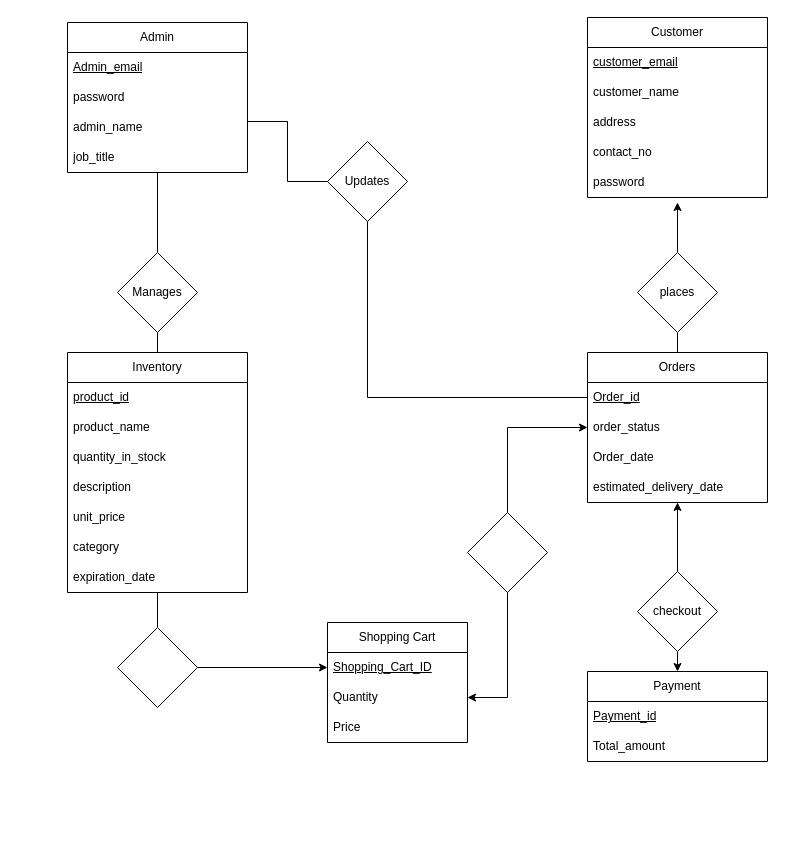
haris-hk/Database-ERD keeps this draw.io diagram as project.drawio. Above is the earlier version. Source tidied: cells renumbered, new cells numbered last; positions are measured from the earlier drawing's top-left corner, leaving out a move shared by most shapes. Both pictures are drawn from the tidied source at 100%, with x=0, y=0 at pixel (67, 17).
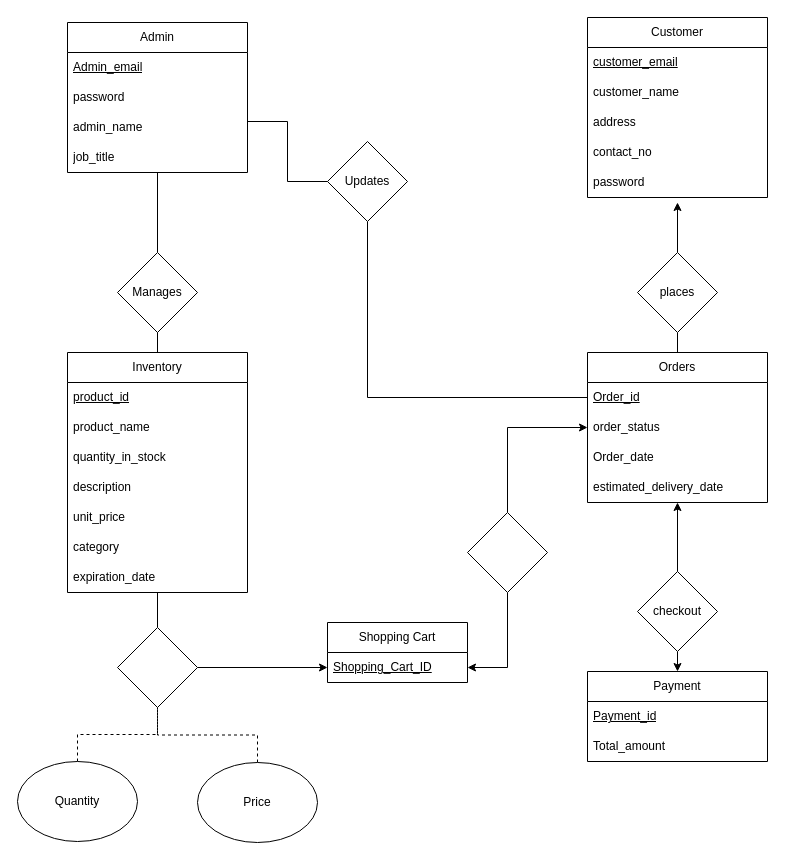
The same page after the edit.

Unchanged cells that the change refers to:
```xml
<mxCell id="42" value="&lt;u&gt;Shopping_Cart_ID&lt;/u&gt;" style="text;strokeColor=none;fillColor=none;align=left;verticalAlign=middle;spacingLeft=4;spacingRight=4;overflow=hidden;points=[[0,0.5],[1,0.5]];portConstraint=eastwest;whiteSpace=wrap;html=1;" parent="41" vertex="1">
  <mxGeometry y="30" width="140" height="30" as="geometry" />
</mxCell>
<mxCell id="47" style="rhombus;whiteSpace=wrap;html=1;" parent="1" vertex="1">
  <mxGeometry x="50" y="610" width="80" height="80" as="geometry" />
</mxCell>
<mxCell id="50" style="rhombus;whiteSpace=wrap;html=1;" parent="1" vertex="1">
  <mxGeometry x="400" y="495" width="80" height="80" as="geometry" />
</mxCell>
```

The edit, as a diff of the source:
```diff
@@
     <mxCell id="41" value="Shopping Cart" style="swimlane;fontStyle=0;horizontal=1;startSize=30;whiteSpace=wrap;html=1;" parent="1" vertex="1">
-      <mxGeometry x="260" y="605" width="140" height="120" as="geometry" />
+      <mxGeometry x="260" y="605" width="140" height="60" as="geometry" />
     </mxCell>
@@
-    <mxCell id="43" value="Quantity" style="text;strokeColor=none;fillColor=none;align=left;verticalAlign=middle;spacingLeft=4;spacingRight=4;overflow=hidden;points=[[0,0.5],[1,0.5]];portConstraint=eastwest;whiteSpace=wrap;html=1;" parent="41" vertex="1">
-      <mxGeometry y="60" width="140" height="30" as="geometry" />
-    </mxCell>
-    <mxCell id="44" value="Price" style="text;strokeColor=none;fillColor=none;align=left;verticalAlign=middle;spacingLeft=4;spacingRight=4;overflow=hidden;points=[[0,0.5],[1,0.5]];portConstraint=eastwest;whiteSpace=wrap;html=1;" parent="41" vertex="1">
-      <mxGeometry y="90" width="140" height="30" as="geometry" />
-    </mxCell>
@@
-    <mxCell id="49" style="edgeStyle=orthogonalEdgeStyle;rounded=0;jettySize=auto;html=1;exitX=0.5;exitY=1;exitDx=0;exitDy=0;entryX=1;entryY=0.5;entryDx=0;entryDy=0;" parent="1" edge="1" source="50" target="43">
-      <mxGeometry relative="1" as="geometry" />
-    </mxCell>
+    <mxCell id="51" style="edgeStyle=orthogonalEdgeStyle;rounded=0;jettySize=auto;html=1;exitX=0.5;exitY=1;exitDx=0;exitDy=0;entryX=1;entryY=0.5;entryDx=0;entryDy=0;" parent="1" edge="1" source="50" target="42">
+      <mxGeometry relative="1" as="geometry" />
+    </mxCell>
@@
+    <mxCell id="52" style="edgeStyle=orthogonalEdgeStyle;rounded=0;jettySize=auto;html=1;exitX=0.5;exitY=0;exitDx=0;exitDy=0;endArrow=none;endFill=0;dashed=1;" parent="1" edge="1" source="43" target="47">
+      <mxGeometry relative="1" as="geometry" />
+    </mxCell>
+    <mxCell id="43" value="Quantity" style="ellipse;whiteSpace=wrap;html=1;" parent="1" vertex="1">
+      <mxGeometry x="-50" y="744" width="120" height="80" as="geometry" />
+    </mxCell>
+    <mxCell id="53" style="edgeStyle=orthogonalEdgeStyle;rounded=0;jettySize=auto;html=1;exitX=0.5;exitY=0;exitDx=0;exitDy=0;entryX=0.5;entryY=1;entryDx=0;entryDy=0;endArrow=none;endFill=0;dashed=1;" parent="1" edge="1" source="44" target="47">
+      <mxGeometry relative="1" as="geometry" />
+    </mxCell>
+    <mxCell id="44" value="Price" style="ellipse;whiteSpace=wrap;html=1;" parent="1" vertex="1">
+      <mxGeometry x="130" y="745" width="120" height="80" as="geometry" />
+    </mxCell>
```
